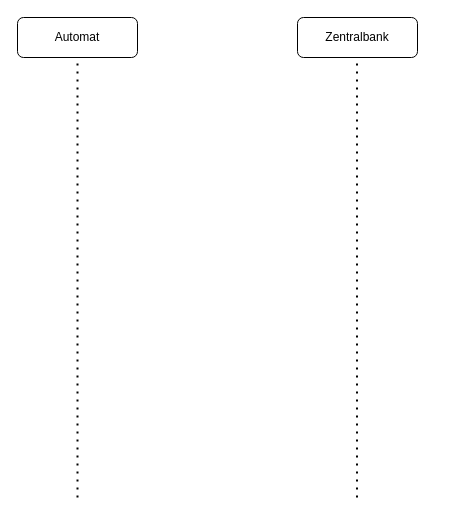
This is draw.io/Unbenanntes Diagramm.drawio from Powduhh/Rechnernetze-und-Security, a draw.io file, before an edit. Source tidied: cells renumbered, new cells numbered last; positions are measured from the earlier drawing's top-left corner, leaving out a move shared by most shapes. Both pictures are drawn from the tidied source at 100%, with x=0, y=0 at pixel (17, 17).
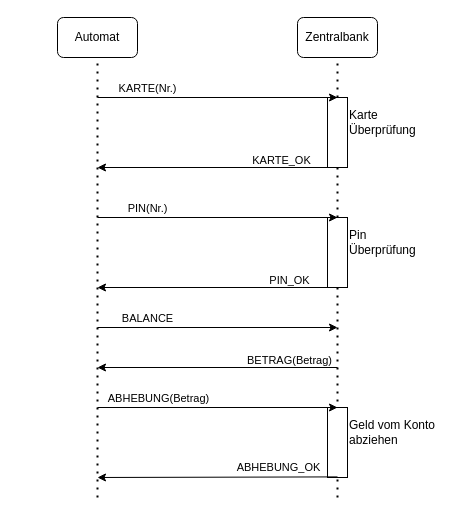
The same page after the edit.

Commit message:
Time Sequence Diagramm Idealfall

Change to the diagram source:
```diff
@@
     <mxCell id="2" value="Automat" style="rounded=1;whiteSpace=wrap;html=1;" parent="1" vertex="1">
-      <mxGeometry width="120" height="40" as="geometry" />
+      <mxGeometry x="40" width="80" height="40" as="geometry" />
     </mxCell>
     <mxCell id="3" value="Zentralbank" style="rounded=1;whiteSpace=wrap;html=1;" parent="1" vertex="1">
-      <mxGeometry x="280" width="120" height="40" as="geometry" />
+      <mxGeometry x="280" width="80" height="40" as="geometry" />
     </mxCell>
     <mxCell id="4" style="endArrow=none;dashed=1;html=1;dashPattern=1 3;strokeWidth=2;rounded=0;entryX=0.5;entryY=1;entryDx=0;entryDy=0;" parent="1" edge="1" target="2">
       <mxGeometry relative="1" as="geometry">
-        <mxPoint x="60" y="480" as="sourcePoint" />
+        <mxPoint x="80" y="480" as="sourcePoint" />
       </mxGeometry>
     </mxCell>
-    <mxCell id="5" style="endArrow=none;dashed=1;html=1;dashPattern=1 3;strokeWidth=2;rounded=0;entryX=0.5;entryY=1;entryDx=0;entryDy=0;" parent="1" edge="1">
+    <mxCell id="5" style="endArrow=none;dashed=1;html=1;dashPattern=1 3;strokeWidth=2;rounded=0;entryX=0.5;entryY=1;entryDx=0;entryDy=0;" parent="1" edge="1" target="3">
       <mxGeometry relative="1" as="geometry">
-        <mxPoint x="339.5" y="480" as="sourcePoint" />
-        <mxPoint x="339.5" y="40" as="targetPoint" />
+        <mxPoint x="320" y="480" as="sourcePoint" />
       </mxGeometry>
     </mxCell>
+    <mxCell id="6" style="whiteSpace=wrap;html=1;" parent="1" vertex="1">
+      <mxGeometry x="310" y="80" width="20" height="70" as="geometry" />
+    </mxCell>
+    <mxCell id="7" style="endArrow=classic;html=1;rounded=0;" parent="1" edge="1">
+      <mxGeometry relative="1" as="geometry">
+        <mxPoint x="80" y="80" as="sourcePoint" />
+        <mxPoint x="320" y="80" as="targetPoint" />
+      </mxGeometry>
+    </mxCell>
+    <mxCell id="8" value="KARTE(Nr.)" style="edgeLabel;html=1;align=center;verticalAlign=middle;" parent="7" vertex="1">
+      <mxGeometry x="-0.59" y="1" relative="1" as="geometry">
+        <mxPoint y="-9" as="offset" />
+      </mxGeometry>
+    </mxCell>
+    <mxCell id="9" value="&lt;div&gt;Karte&lt;/div&gt;&lt;div&gt;Überprüfung&lt;/div&gt;" style="text;html=1;whiteSpace=wrap;strokeColor=none;fillColor=none;align=left;verticalAlign=middle;rounded=0;" parent="1" vertex="1">
+      <mxGeometry x="330" y="90" width="70" height="30" as="geometry" />
+    </mxCell>
+    <mxCell id="10" style="endArrow=classic;html=1;rounded=0;" parent="1" edge="1">
+      <mxGeometry relative="1" as="geometry">
+        <mxPoint x="310" y="150" as="sourcePoint" />
+        <mxPoint x="80" y="150" as="targetPoint" />
+      </mxGeometry>
+    </mxCell>
+    <mxCell id="11" value="KARTE_OK" style="edgeLabel;html=1;align=center;verticalAlign=middle;" parent="10" vertex="1">
+      <mxGeometry x="-0.59" y="1" relative="1" as="geometry">
+        <mxPoint y="-9" as="offset" />
+      </mxGeometry>
+    </mxCell>
+    <mxCell id="12" style="whiteSpace=wrap;html=1;" parent="1" vertex="1">
+      <mxGeometry x="310" y="200" width="20" height="70" as="geometry" />
+    </mxCell>
+    <mxCell id="13" value="&lt;div&gt;Pin Überprüfung&lt;/div&gt;" style="text;html=1;whiteSpace=wrap;strokeColor=none;fillColor=none;align=left;verticalAlign=middle;rounded=0;" parent="1" vertex="1">
+      <mxGeometry x="330" y="210" width="70" height="30" as="geometry" />
+    </mxCell>
+    <mxCell id="14" style="endArrow=classic;html=1;rounded=0;" parent="1" edge="1">
+      <mxGeometry relative="1" as="geometry">
+        <mxPoint x="80" y="200" as="sourcePoint" />
+        <mxPoint x="320" y="200" as="targetPoint" />
+      </mxGeometry>
+    </mxCell>
+    <mxCell id="15" value="PIN(Nr.)" style="edgeLabel;html=1;align=center;verticalAlign=middle;" parent="14" vertex="1">
+      <mxGeometry x="-0.59" y="1" relative="1" as="geometry">
+        <mxPoint y="-9" as="offset" />
+      </mxGeometry>
+    </mxCell>
+    <mxCell id="16" style="endArrow=classic;html=1;rounded=0;" parent="1" edge="1">
+      <mxGeometry relative="1" as="geometry">
+        <mxPoint x="320" y="270" as="sourcePoint" />
+        <mxPoint x="80" y="270" as="targetPoint" />
+      </mxGeometry>
+    </mxCell>
+    <mxCell id="17" value="PIN_OK" style="edgeLabel;html=1;align=center;verticalAlign=middle;" parent="16" vertex="1">
+      <mxGeometry x="-0.59" y="1" relative="1" as="geometry">
+        <mxPoint y="-9" as="offset" />
+      </mxGeometry>
+    </mxCell>
+    <mxCell id="18" style="endArrow=classic;html=1;rounded=0;" parent="1" edge="1">
+      <mxGeometry relative="1" as="geometry">
+        <mxPoint x="80" y="310" as="sourcePoint" />
+        <mxPoint x="320" y="310" as="targetPoint" />
+      </mxGeometry>
+    </mxCell>
+    <mxCell id="19" value="BALANCE" style="edgeLabel;html=1;align=center;verticalAlign=middle;" parent="18" vertex="1">
+      <mxGeometry x="-0.59" y="1" relative="1" as="geometry">
+        <mxPoint y="-9" as="offset" />
+      </mxGeometry>
+    </mxCell>
+    <mxCell id="20" style="endArrow=classic;html=1;rounded=0;" parent="1" edge="1">
+      <mxGeometry relative="1" as="geometry">
+        <mxPoint x="320" y="350" as="sourcePoint" />
+        <mxPoint x="80" y="350" as="targetPoint" />
+      </mxGeometry>
+    </mxCell>
+    <mxCell id="21" value="BETRAG(Betrag)" style="edgeLabel;html=1;align=center;verticalAlign=middle;" parent="20" vertex="1">
+      <mxGeometry x="-0.59" y="1" relative="1" as="geometry">
+        <mxPoint y="-9" as="offset" />
+      </mxGeometry>
+    </mxCell>
+    <mxCell id="22" style="whiteSpace=wrap;html=1;" parent="1" vertex="1">
+      <mxGeometry x="310" y="390" width="20" height="70" as="geometry" />
+    </mxCell>
+    <mxCell id="23" style="endArrow=classic;html=1;rounded=0;" parent="1" edge="1">
+      <mxGeometry relative="1" as="geometry">
+        <mxPoint x="80" y="390" as="sourcePoint" />
+        <mxPoint x="320" y="390" as="targetPoint" />
+      </mxGeometry>
+    </mxCell>
+    <mxCell id="24" value="ABHEBUNG(Betrag)" style="edgeLabel;html=1;align=center;verticalAlign=middle;" parent="23" vertex="1">
+      <mxGeometry x="-0.59" y="1" relative="1" as="geometry">
+        <mxPoint x="11" y="-9" as="offset" />
+      </mxGeometry>
+    </mxCell>
+    <mxCell id="25" value="Geld vom Konto abziehen" style="text;html=1;whiteSpace=wrap;strokeColor=none;fillColor=none;align=left;verticalAlign=middle;rounded=0;" parent="1" vertex="1">
+      <mxGeometry x="330" y="400" width="90" height="30" as="geometry" />
+    </mxCell>
+    <mxCell id="26" style="edgeStyle=none;orthogonalLoop=1;jettySize=auto;html=1;rounded=0;" parent="1" edge="1">
+      <mxGeometry relative="1" as="geometry">
+        <mxPoint x="320" y="459.4" as="sourcePoint" />
+        <mxPoint x="80" y="460" as="targetPoint" />
+      </mxGeometry>
+    </mxCell>
+    <mxCell id="27" value="ABHEBUNG_OK" style="edgeLabel;html=1;align=center;verticalAlign=middle;" parent="26" vertex="1">
+      <mxGeometry x="0.47" y="-1" relative="1" as="geometry">
+        <mxPoint x="117" y="-9" as="offset" />
+      </mxGeometry>
+    </mxCell>
```
